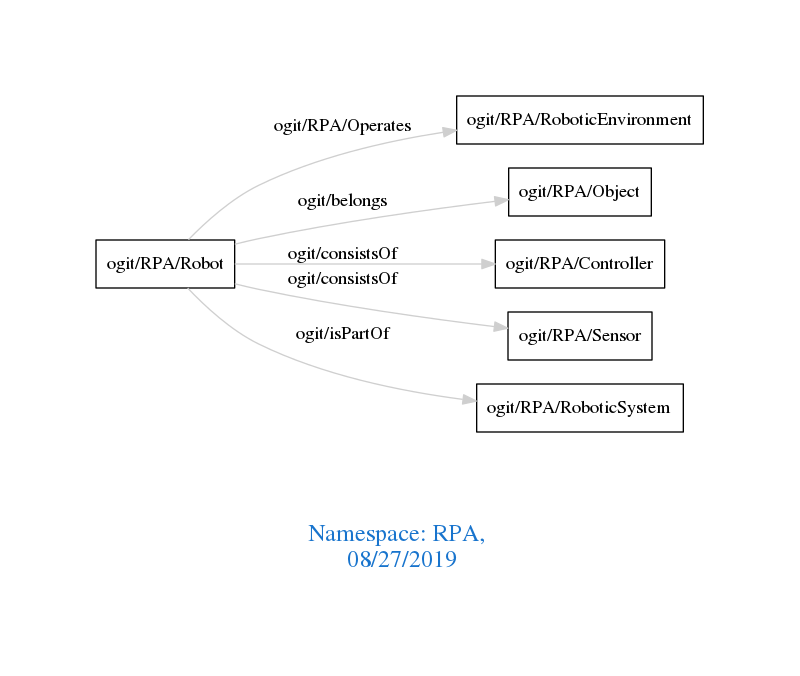
Above: downloads/RPA.png in arago/OGIT (Graphviz), before the change. Its source is kept beside it as downloads/RPA.dot.
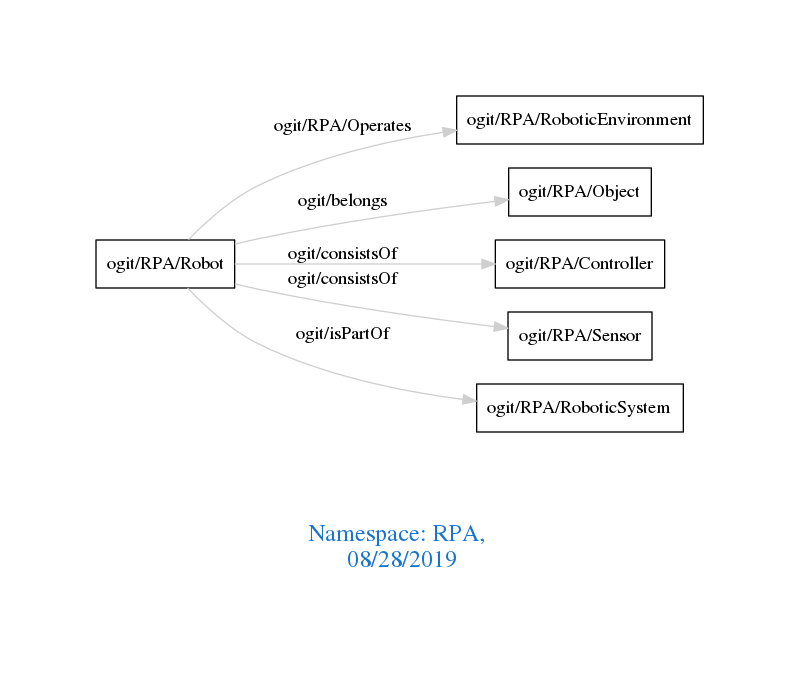
Above is the later version.

Diff of the diagram source:
```diff
@@ -1,7 +1,7 @@
 digraph OGIT_ontology {
  graph [ rankdir= LR,pad=1
 fontsize = 18,
-fontcolor= dodgerblue3,label = "\n\n\nNamespace: RPA, \n 08/27/2019"];
+fontcolor= dodgerblue3,label = "\n\n\nNamespace: RPA, \n 08/28/2019"];
 node[shape=polygon];
 edge [  color="gray81"];
 
```
